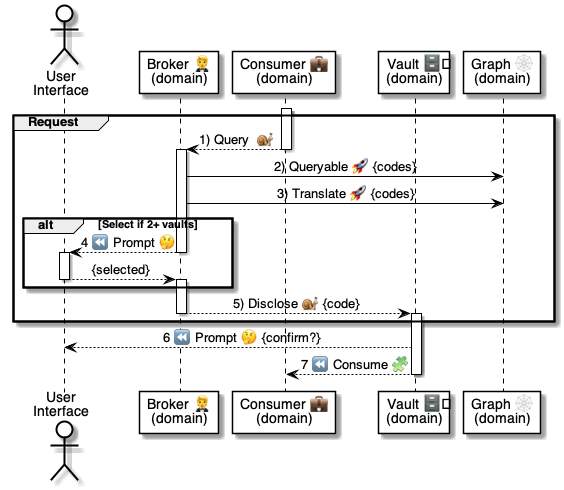
Before: 5 ⏩ Flows/90 🧑‍🦰👉 Wallets/30 👉🔗 Binds/.📎 Assets/⚙️ Share Bind.png, a diagram exported from PlantUML (pollyweb-org/pollyweb-docs). Its source is kept beside it as 5 ⏩ Flows/90 🧑‍🦰👉 Wallets/30 👉🔗 Binds/.📎 Assets/⚙️ Share Bind.puml. The source it was exported from:
```plantuml
@startuml Wallet: Share()


actor "User\nInterface" as user
participant "Broker 🤵\n(domain)" as broker
participant "Consumer 💼\n(domain)" as consumer
participant "Vault 🗄️\n(domain)" as vault
participant "Graph 🕸\n(domain)" as graph


activate consumer

group Request

    consumer --> broker: 1) Query  🐌
    deactivate consumer

    activate broker
    broker -> graph: 2) Queryable 🚀 {codes}
    broker -> graph: 3) Translate 🚀 {codes}

    alt Select if 2+ vaults
        broker --> user: 4 ⏪ Prompt 🤔
        deactivate broker

        activate user
            user --> broker: {selected}
        deactivate user

        activate broker
    end alt

    broker --> vault: 5) Disclose 🐌 {code}
    deactivate broker

    activate vault

end group

vault --> user: 6 ⏪ Prompt 🤔 {confirm?}
vault --> consumer: 7 ⏪ Consume 🧩
deactivate vault



@enduml
```
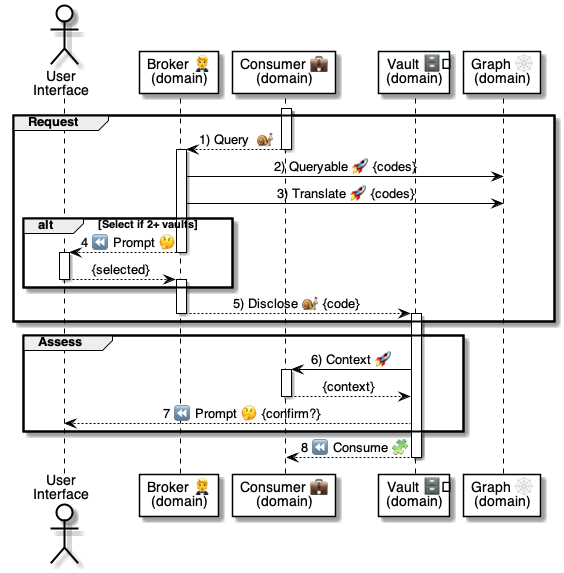
The same diagram one commit later.

What changed in the source:
```diff
@@ -37,8 +37,17 @@
 
 end group
 
-vault --> user: 6 ⏪ Prompt 🤔 {confirm?}
-vault --> consumer: 7 ⏪ Consume 🧩
+group Assess
+
+    vault -> consumer: 6) Context 🚀
+    activate consumer
+    consumer --> vault: {context}
+    deactivate consumer
+
+    vault --> user: 7 ⏪ Prompt 🤔 {confirm?}
+end group
+
+vault --> consumer: 8 ⏪ Consume 🧩
 deactivate vault
 
 
```
